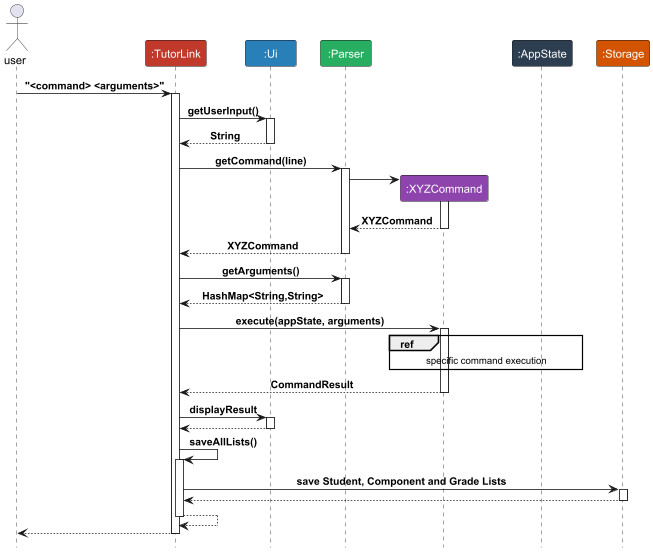
The PlantUML diagram docs/diagrams/ArchitectureSequenceGrouped.png in yeekian/tp, before a commit.
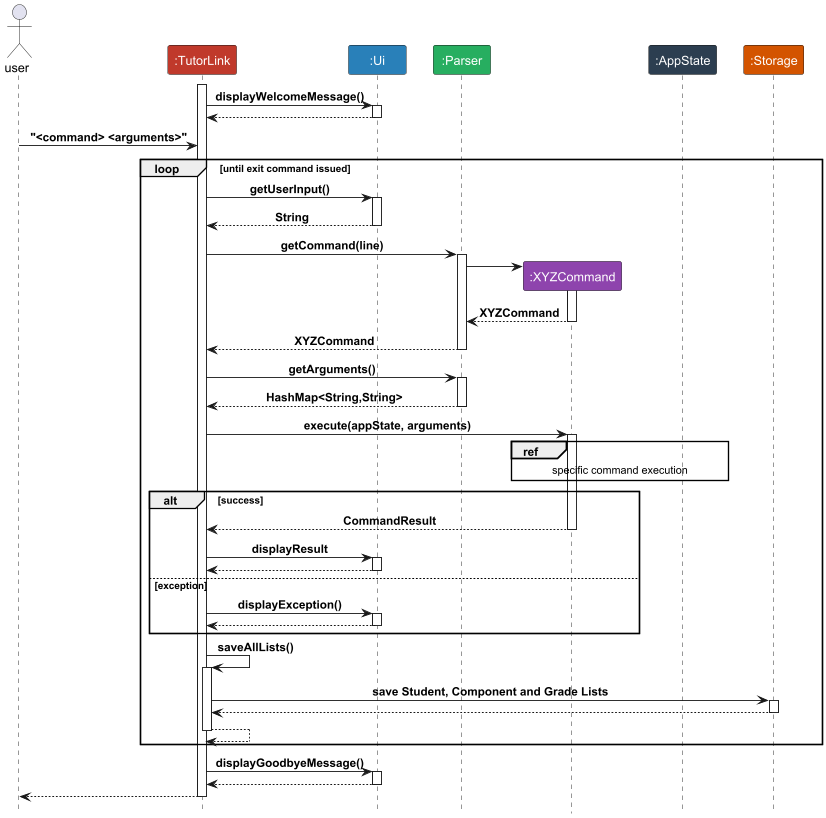
Later version of the same file.

Diff of the diagram source:
```diff
@@ -17,42 +17,59 @@
 participant ":AppState" as A LOGIC_COLOR_2
 participant ":Storage" as S LOGIC_COLOR_4
 
-user -> TL:"<command> <arguments>"
 activate TL
-TL -> UI: getUserInput()
-activate UI
-TL <-- UI: String
-deactivate UI
-TL -> P : getCommand(line)
-activate P
-create C
-P -> C
-activate C
-P <-- C : XYZCommand
-deactivate C
-TL <-- P: XYZCommand
-deactivate P
-TL -> P: getArguments()
-activate P
-TL <-- P : HashMap<String,String>
-deactivate P
-TL -> C : execute(appState, arguments)
-activate C
-ref over C, A : specific command execution
-TL <-- C : CommandResult
-deactivate C
-TL -> UI : displayResult
+TL->UI: displayWelcomeMessage()
 activate UI
 TL <-- UI
 deactivate UI
-TL -> TL : saveAllLists()
-activate TL
-TL -> S : save Student, Component and Grade Lists
-activate S
-TL <-- S
-deactivate S
-TL --> TL
-deactivate TL
+user -> TL:"<command> <arguments>"
+loop until exit command issued
+    TL -> UI: getUserInput()
+    activate UI
+    TL <-- UI: String
+    deactivate UI
+    TL -> P : getCommand(line)
+    activate P
+    create C
+    P -> C
+    activate C
+    P <-- C : XYZCommand
+    deactivate C
+    TL <-- P: XYZCommand
+    deactivate P
+    TL -> P: getArguments()
+    activate P
+    TL <-- P : HashMap<String,String>
+    deactivate P
+    TL -> C : execute(appState, arguments)
+    activate C
+    ref over C, A : specific command execution
+    alt success
+        TL <-- C : CommandResult
+        deactivate C
+        TL -> UI : displayResult
+        activate UI
+        TL <-- UI
+        deactivate UI
+    else exception
+        TL -> UI : displayException()
+        activate UI
+        TL <-- UI
+        deactivate UI
+    end
+    TL -> TL : saveAllLists()
+    activate TL
+    TL -> S : save Student, Component and Grade Lists
+    activate S
+    TL <-- S
+    deactivate S
+    TL --> TL
+    deactivate TL
+end
+TL->UI: displayGoodbyeMessage()
+activate UI
+TL <-- UI
+deactivate UI
 user <-- TL
 deactivate TL
 @enduml
```
